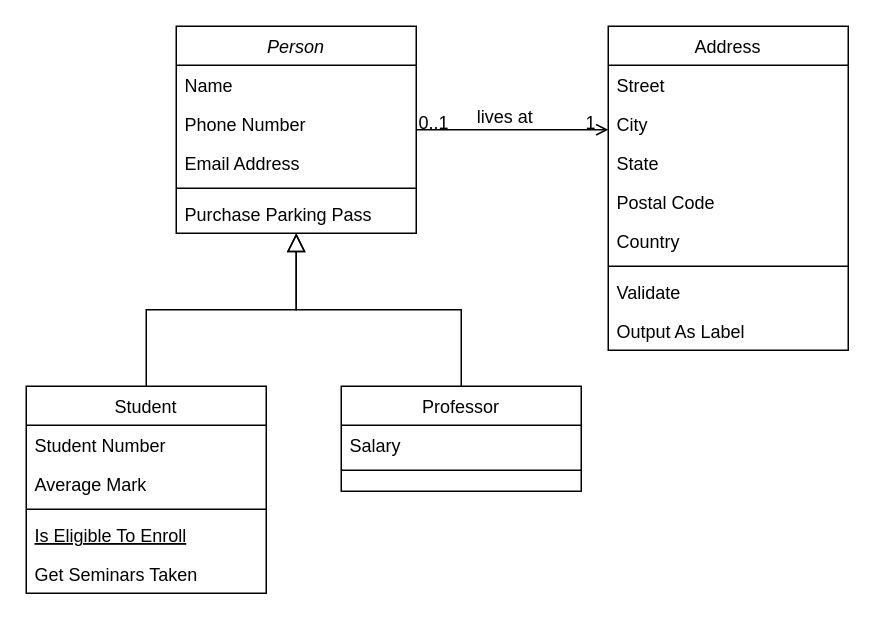
The draw.io diagram Final/Untitled Diagram.drawio in Ben2104/Burger-Menu-Simulator, before the edit. Source tidied: cells renumbered, new cells numbered last; positions are measured from the earlier drawing's top-left corner, leaving out a move shared by most shapes. Both pictures are drawn from the tidied source at 150%, with x=0, y=0 at pixel (26, 26).
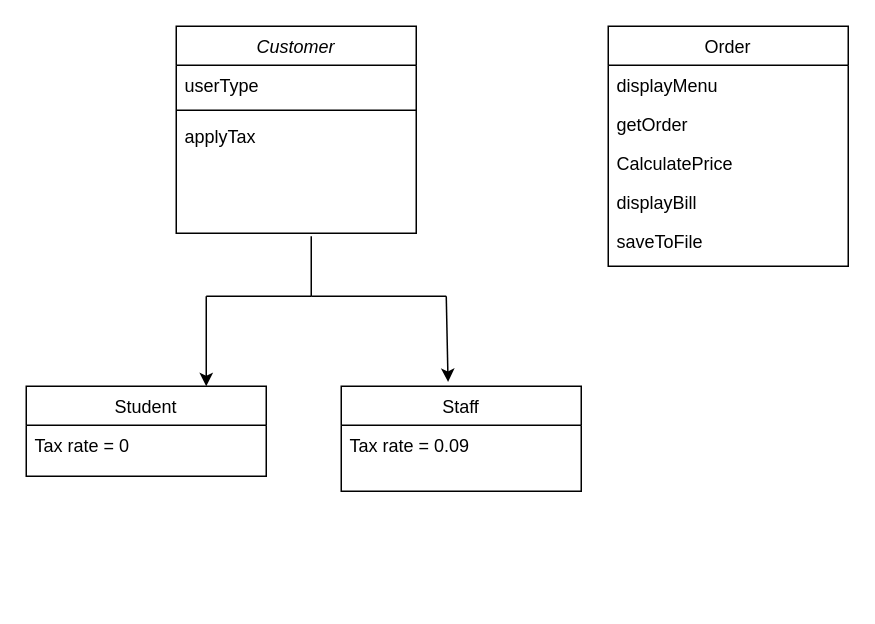
After the change.

The edit, as a diff of the source:
```diff
@@
-    <mxCell id="2" value="Person" style="swimlane;fontStyle=2;align=center;verticalAlign=top;horizontal=1;startSize=26;rounded=0;shadow=0;strokeWidth=1;" parent="1" vertex="1">
+    <mxCell id="2" value="Customer" style="swimlane;fontStyle=2;align=center;verticalAlign=top;horizontal=1;startSize=26;rounded=0;shadow=0;strokeWidth=1;" parent="1" vertex="1">
       <mxGeometry x="100" width="160" height="138" as="geometry" />
     </mxCell>
-    <mxCell id="3" value="Name" style="text;align=left;verticalAlign=top;spacingLeft=4;spacingRight=4;overflow=hidden;" parent="2" vertex="1">
+    <mxCell id="3" value="userType" style="text;align=left;verticalAlign=top;spacingLeft=4;spacingRight=4;overflow=hidden;" parent="2" vertex="1">
       <mxGeometry y="26" width="160" height="26" as="geometry" />
     </mxCell>
-    <mxCell id="4" value="Phone Number" style="text;align=left;verticalAlign=top;spacingLeft=4;spacingRight=4;overflow=hidden;rounded=0;shadow=0;html=0;" parent="2" vertex="1">
-      <mxGeometry y="52" width="160" height="26" as="geometry" />
-    </mxCell>
-    <mxCell id="5" value="Email Address" style="text;align=left;verticalAlign=top;spacingLeft=4;spacingRight=4;overflow=hidden;rounded=0;shadow=0;html=0;" parent="2" vertex="1">
-      <mxGeometry y="78" width="160" height="26" as="geometry" />
-    </mxCell>
     <mxCell id="6" style="line;html=1;strokeWidth=1;align=left;verticalAlign=middle;spacingTop=-1;spacingLeft=3;spacingRight=3;labelPosition=right;" parent="2" vertex="1">
-      <mxGeometry y="104" width="160" height="8" as="geometry" />
+      <mxGeometry y="52" width="160" height="8" as="geometry" />
     </mxCell>
-    <mxCell id="7" value="Purchase Parking Pass" style="text;align=left;verticalAlign=top;spacingLeft=4;spacingRight=4;overflow=hidden;" parent="2" vertex="1">
-      <mxGeometry y="112" width="160" height="26" as="geometry" />
+    <mxCell id="7" value="applyTax" style="text;align=left;verticalAlign=top;spacingLeft=4;spacingRight=4;overflow=hidden;" parent="2" vertex="1">
+      <mxGeometry y="60" width="160" height="26" as="geometry" />
     </mxCell>
     <mxCell id="8" value="Student" style="swimlane;fontStyle=0;align=center;verticalAlign=top;horizontal=1;startSize=26;rounded=0;shadow=0;strokeWidth=1;" parent="1" vertex="1">
-      <mxGeometry y="240" width="160" height="138" as="geometry" />
+      <mxGeometry y="240" width="160" height="60" as="geometry" />
     </mxCell>
-    <mxCell id="9" value="Student Number" style="text;align=left;verticalAlign=top;spacingLeft=4;spacingRight=4;overflow=hidden;" parent="8" vertex="1">
+    <mxCell id="9" value="Tax rate = 0" style="text;align=left;verticalAlign=top;spacingLeft=4;spacingRight=4;overflow=hidden;" parent="8" vertex="1">
       <mxGeometry y="26" width="160" height="26" as="geometry" />
     </mxCell>
-    <mxCell id="10" value="Average Mark" style="text;align=left;verticalAlign=top;spacingLeft=4;spacingRight=4;overflow=hidden;rounded=0;shadow=0;html=0;" parent="8" vertex="1">
-      <mxGeometry y="52" width="160" height="26" as="geometry" />
-    </mxCell>
-    <mxCell id="11" style="line;html=1;strokeWidth=1;align=left;verticalAlign=middle;spacingTop=-1;spacingLeft=3;spacingRight=3;labelPosition=right;" parent="8" vertex="1">
-      <mxGeometry y="78" width="160" height="8" as="geometry" />
-    </mxCell>
-    <mxCell id="12" value="Is Eligible To Enroll" style="text;align=left;verticalAlign=top;spacingLeft=4;spacingRight=4;overflow=hidden;fontStyle=4;" parent="8" vertex="1">
-      <mxGeometry y="86" width="160" height="26" as="geometry" />
-    </mxCell>
-    <mxCell id="13" value="Get Seminars Taken" style="text;align=left;verticalAlign=top;spacingLeft=4;spacingRight=4;overflow=hidden;" parent="8" vertex="1">
-      <mxGeometry y="112" width="160" height="26" as="geometry" />
-    </mxCell>
-    <mxCell id="14" style="endArrow=block;endSize=10;endFill=0;shadow=0;strokeWidth=1;rounded=0;curved=0;edgeStyle=elbowEdgeStyle;elbow=vertical;" parent="1" edge="1" source="8" target="2">
-      <mxGeometry relative="1" as="geometry" />
-    </mxCell>
-    <mxCell id="15" value="Professor" style="swimlane;fontStyle=0;align=center;verticalAlign=top;horizontal=1;startSize=26;rounded=0;shadow=0;strokeWidth=1;" parent="1" vertex="1">
+    <mxCell id="15" value="Staff" style="swimlane;fontStyle=0;align=center;verticalAlign=top;horizontal=1;startSize=26;rounded=0;shadow=0;strokeWidth=1;" parent="1" vertex="1">
       <mxGeometry x="210" y="240" width="160" height="70" as="geometry" />
     </mxCell>
-    <mxCell id="16" value="Salary" style="text;align=left;verticalAlign=top;spacingLeft=4;spacingRight=4;overflow=hidden;" parent="15" vertex="1">
+    <mxCell id="16" value="Tax rate = 0.09" style="text;align=left;verticalAlign=top;spacingLeft=4;spacingRight=4;overflow=hidden;" parent="15" vertex="1">
       <mxGeometry y="26" width="160" height="26" as="geometry" />
     </mxCell>
-    <mxCell id="17" style="line;html=1;strokeWidth=1;align=left;verticalAlign=middle;spacingTop=-1;spacingLeft=3;spacingRight=3;labelPosition=right;" parent="15" vertex="1">
-      <mxGeometry y="52" width="160" height="8" as="geometry" />
-    </mxCell>
-    <mxCell id="18" style="endArrow=block;endSize=10;endFill=0;shadow=0;strokeWidth=1;rounded=0;curved=0;edgeStyle=elbowEdgeStyle;elbow=vertical;" parent="1" edge="1" source="15" target="2">
-      <mxGeometry relative="1" as="geometry" />
-    </mxCell>
-    <mxCell id="19" value="Address" style="swimlane;fontStyle=0;align=center;verticalAlign=top;horizontal=1;startSize=26;rounded=0;shadow=0;strokeWidth=1;" parent="1" vertex="1">
-      <mxGeometry x="388" width="160" height="216" as="geometry" />
+    <mxCell id="19" value="Order" style="swimlane;fontStyle=0;align=center;verticalAlign=top;horizontal=1;startSize=26;rounded=0;shadow=0;strokeWidth=1;" parent="1" vertex="1">
+      <mxGeometry x="388" width="160" height="160" as="geometry" />
     </mxCell>
-    <mxCell id="20" value="Street" style="text;align=left;verticalAlign=top;spacingLeft=4;spacingRight=4;overflow=hidden;" parent="19" vertex="1">
+    <mxCell id="20" value="displayMenu" style="text;align=left;verticalAlign=top;spacingLeft=4;spacingRight=4;overflow=hidden;" parent="19" vertex="1">
       <mxGeometry y="26" width="160" height="26" as="geometry" />
     </mxCell>
-    <mxCell id="21" value="City" style="text;align=left;verticalAlign=top;spacingLeft=4;spacingRight=4;overflow=hidden;rounded=0;shadow=0;html=0;" parent="19" vertex="1">
+    <mxCell id="21" value="getOrder" style="text;align=left;verticalAlign=top;spacingLeft=4;spacingRight=4;overflow=hidden;rounded=0;shadow=0;html=0;" parent="19" vertex="1">
       <mxGeometry y="52" width="160" height="26" as="geometry" />
     </mxCell>
-    <mxCell id="22" value="State" style="text;align=left;verticalAlign=top;spacingLeft=4;spacingRight=4;overflow=hidden;rounded=0;shadow=0;html=0;" parent="19" vertex="1">
+    <mxCell id="22" value="CalculatePrice" style="text;align=left;verticalAlign=top;spacingLeft=4;spacingRight=4;overflow=hidden;rounded=0;shadow=0;html=0;" parent="19" vertex="1">
       <mxGeometry y="78" width="160" height="26" as="geometry" />
     </mxCell>
-    <mxCell id="23" value="Postal Code" style="text;align=left;verticalAlign=top;spacingLeft=4;spacingRight=4;overflow=hidden;rounded=0;shadow=0;html=0;" parent="19" vertex="1">
+    <mxCell id="23" value="displayBill&#10;" style="text;align=left;verticalAlign=top;spacingLeft=4;spacingRight=4;overflow=hidden;rounded=0;shadow=0;html=0;" parent="19" vertex="1">
       <mxGeometry y="104" width="160" height="26" as="geometry" />
     </mxCell>
-    <mxCell id="24" value="Country" style="text;align=left;verticalAlign=top;spacingLeft=4;spacingRight=4;overflow=hidden;rounded=0;shadow=0;html=0;" parent="19" vertex="1">
+    <mxCell id="24" value="saveToFile" style="text;align=left;verticalAlign=top;spacingLeft=4;spacingRight=4;overflow=hidden;rounded=0;shadow=0;html=0;" parent="19" vertex="1">
       <mxGeometry y="130" width="160" height="26" as="geometry" />
     </mxCell>
-    <mxCell id="25" style="line;html=1;strokeWidth=1;align=left;verticalAlign=middle;spacingTop=-1;spacingLeft=3;spacingRight=3;labelPosition=right;" parent="19" vertex="1">
-      <mxGeometry y="156" width="160" height="8" as="geometry" />
-    </mxCell>
-    <mxCell id="26" value="Validate" style="text;align=left;verticalAlign=top;spacingLeft=4;spacingRight=4;overflow=hidden;" parent="19" vertex="1">
-      <mxGeometry y="164" width="160" height="26" as="geometry" />
-    </mxCell>
-    <mxCell id="27" value="Output As Label" style="text;align=left;verticalAlign=top;spacingLeft=4;spacingRight=4;overflow=hidden;" parent="19" vertex="1">
-      <mxGeometry y="190" width="160" height="26" as="geometry" />
-    </mxCell>
-    <mxCell id="28" style="endArrow=open;shadow=0;strokeWidth=1;rounded=0;curved=0;endFill=1;edgeStyle=elbowEdgeStyle;elbow=vertical;" parent="1" edge="1" source="2" target="19">
-      <mxGeometry x="0.5" y="41" relative="1" as="geometry">
-        <mxPoint x="-40" y="32" as="offset" />
-      </mxGeometry>
-    </mxCell>
-    <mxCell id="29" value="0..1" style="align=left;verticalAlign=bottom;labelBackgroundColor=none;fontSize=12;" parent="28" vertex="1">
-      <mxGeometry x="-1" relative="1" as="geometry">
-        <mxPoint y="4" as="offset" />
-      </mxGeometry>
-    </mxCell>
-    <mxCell id="30" value="1" style="align=right;verticalAlign=bottom;labelBackgroundColor=none;fontSize=12;" parent="28" vertex="1">
-      <mxGeometry x="1" relative="1" as="geometry">
-        <mxPoint x="-7" y="4" as="offset" />
-      </mxGeometry>
-    </mxCell>
-    <mxCell id="31" value="lives at" style="text;html=1;align=center;verticalAlign=middle;labelBackgroundColor=none;rounded=0;shadow=0;strokeWidth=1;fontSize=12;" parent="28" vertex="1">
-      <mxGeometry x="0.5" y="49" relative="1" as="geometry">
-        <mxPoint x="-38" y="40" as="offset" />
-      </mxGeometry>
-    </mxCell>
+    <mxCell id="32" style="endArrow=none;html=1;rounded=0;" parent="1" edge="1">
+      <mxGeometry relative="1" as="geometry">
+        <mxPoint x="190" y="180" as="sourcePoint" />
+        <mxPoint x="190" y="140" as="targetPoint" />
+      </mxGeometry>
+    </mxCell>
+    <mxCell id="33" style="endArrow=none;html=1;rounded=0;" parent="1" edge="1">
+      <mxGeometry relative="1" as="geometry">
+        <mxPoint x="120" y="180" as="sourcePoint" />
+        <mxPoint x="190" y="180" as="targetPoint" />
+      </mxGeometry>
+    </mxCell>
+    <mxCell id="34" style="endArrow=classic;html=1;rounded=0;entryX=0.75;entryY=0;entryDx=0;entryDy=0;" parent="1" edge="1">
+      <mxGeometry relative="1" as="geometry">
+        <mxPoint x="120" y="180" as="sourcePoint" />
+        <mxPoint x="120" y="240" as="targetPoint" />
+      </mxGeometry>
+    </mxCell>
+    <mxCell id="35" style="endArrow=none;html=1;rounded=0;" parent="1" edge="1">
+      <mxGeometry relative="1" as="geometry">
+        <mxPoint x="280" y="180" as="sourcePoint" />
+        <mxPoint x="190" y="180" as="targetPoint" />
+        <Array as="points">
+          <mxPoint x="240" y="180" />
+        </Array>
+      </mxGeometry>
+    </mxCell>
+    <mxCell id="36" style="endArrow=classic;html=1;rounded=0;entryX=0.445;entryY=-0.041;entryDx=0;entryDy=0;entryPerimeter=0;" parent="1" edge="1" target="15">
+      <mxGeometry relative="1" as="geometry">
+        <mxPoint x="280" y="180" as="sourcePoint" />
+      </mxGeometry>
+    </mxCell>
```
